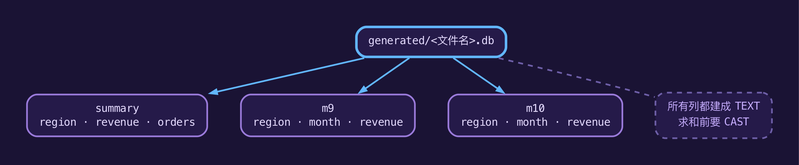
Above: docs/assets/sqlite-tables.png in sailor723/langconfig (Graphviz), before the change. Its source is kept beside it as docs/assets/sqlite-tables.dot.
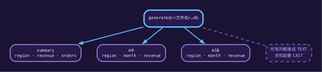
Above is the later version.

Diff of the diagram source:
```diff
@@ -1,13 +1,13 @@
 digraph tables {
   rankdir=TB;
   bgcolor="#1A1334";
-  pad=0.45;
-  nodesep=0.55;
-  ranksep=0.6;
+  pad=0.30;
+  nodesep=0.47;
+  ranksep=0.51;
   fontname="Menlo";
 
-  node [shape=box, style="rounded,filled", penwidth=2.0, fontname="Menlo", fontsize=13,
-        margin="0.20,0.12", fillcolor="#251A49", color="#9B7BDB", fontcolor="#E5DBFF"];
+  node [shape=box, style="rounded,filled", penwidth=2.0, fontname="Menlo", fontsize=9,
+        margin="0.14,0.07", fillcolor="#251A49", color="#9B7BDB", fontcolor="#E5DBFF"];
   edge [color="#62B7FF", penwidth=2.0, arrowsize=0.8];
 
   db [label="generated/<文件名>.db", color="#62B7FF", penwidth=3.0];
```
